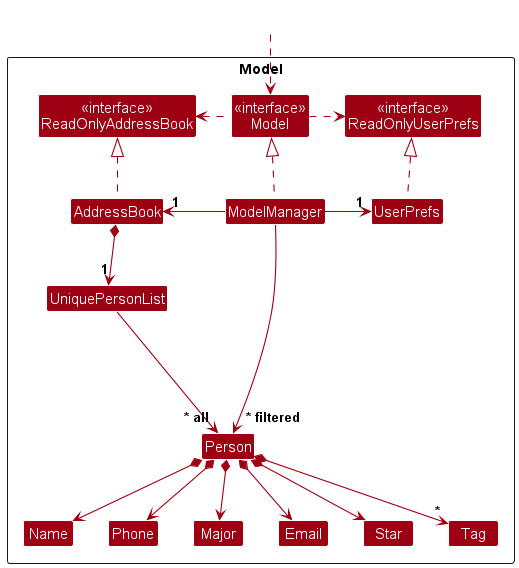
Above: docs/images/ModelClassDiagram.png in nus-cs2103-AY2324S2/tp (PlantUML), before the change.
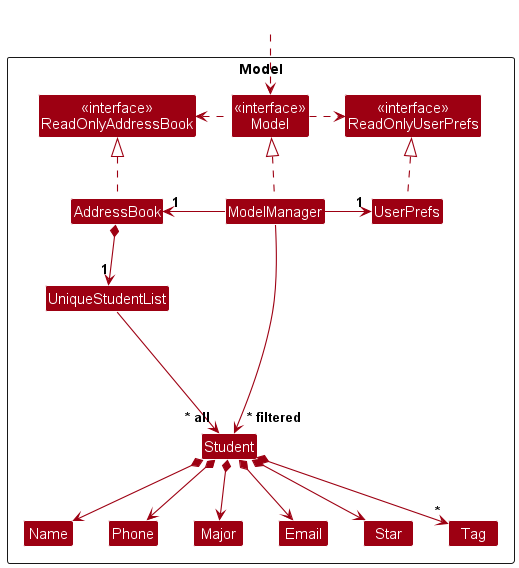
Later version of the same file.

Commit message:
Rename 'Person' to 'Student': Replace Images

Change to the diagram source:
```diff
@@ -12,8 +12,8 @@
 Class ModelManager
 Class UserPrefs
 
-Class UniquePersonList
-Class Person
+Class UniqueStudentList
+Class Student
 Class Major
 Class Email
 Class Name
@@ -36,21 +36,21 @@
 ModelManager -right-> "1" UserPrefs
 UserPrefs .up.|> ReadOnlyUserPrefs
 
-AddressBook *--> "1" UniquePersonList
-UniquePersonList --> "~* all" Person
-Person *--> Name
-Person *--> Phone
-Person *--> Email
-Person *--> Major
-Person *--> Star
-Person *--> "*" Tag
+AddressBook *--> "1" UniqueStudentList
+UniqueStudentList --> "~* all" Student
+Student *--> Name
+Student *--> Phone
+Student *--> Email
+Student *--> Major
+Student *--> Star
+Student *--> "*" Tag
 
-Person -[hidden]up--> I
-UniquePersonList -[hidden]right-> I
+Student -[hidden]up--> I
+UniqueStudentList -[hidden]right-> I
 
 Name -[hidden]right-> Phone
 Phone -[hidden]right-> Major
 Major -[hidden]right-> Email
 
-ModelManager --> "~* filtered" Person
+ModelManager --> "~* filtered" Student
 @enduml
```
